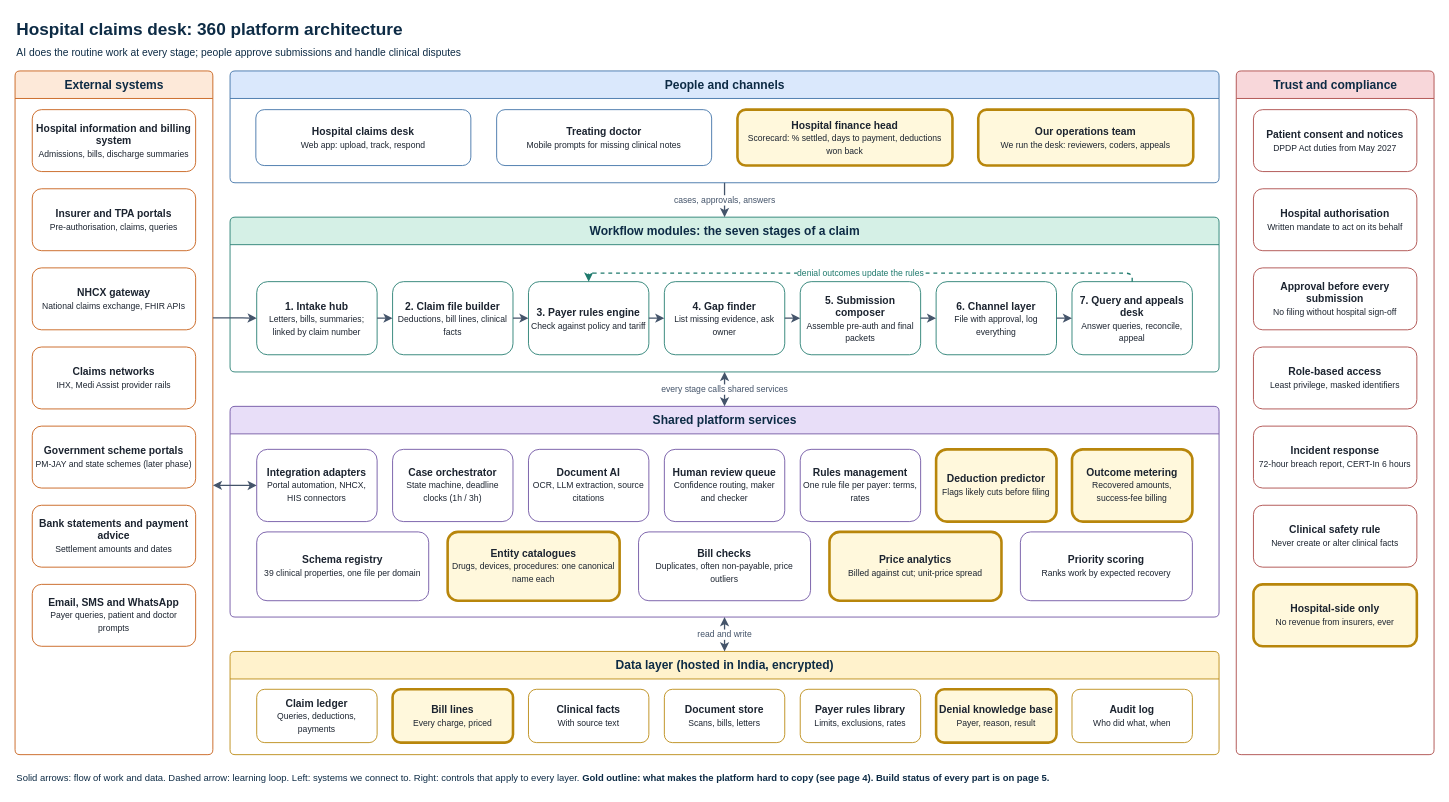
Earlier version of the draw.io diagram page "1 Platform architecture" (1 of 5) of architecture/claims-desk-architecture.drawio (rahul263-stack/ClaimSetu). Source tidied: cells renumbered, new cells numbered last; positions are measured from the earlier drawing's top-left corner, leaving out a move shared by most shapes. Both pictures are drawn from the tidied source at 86%, with x=0, y=0 at pixel (15, 15).
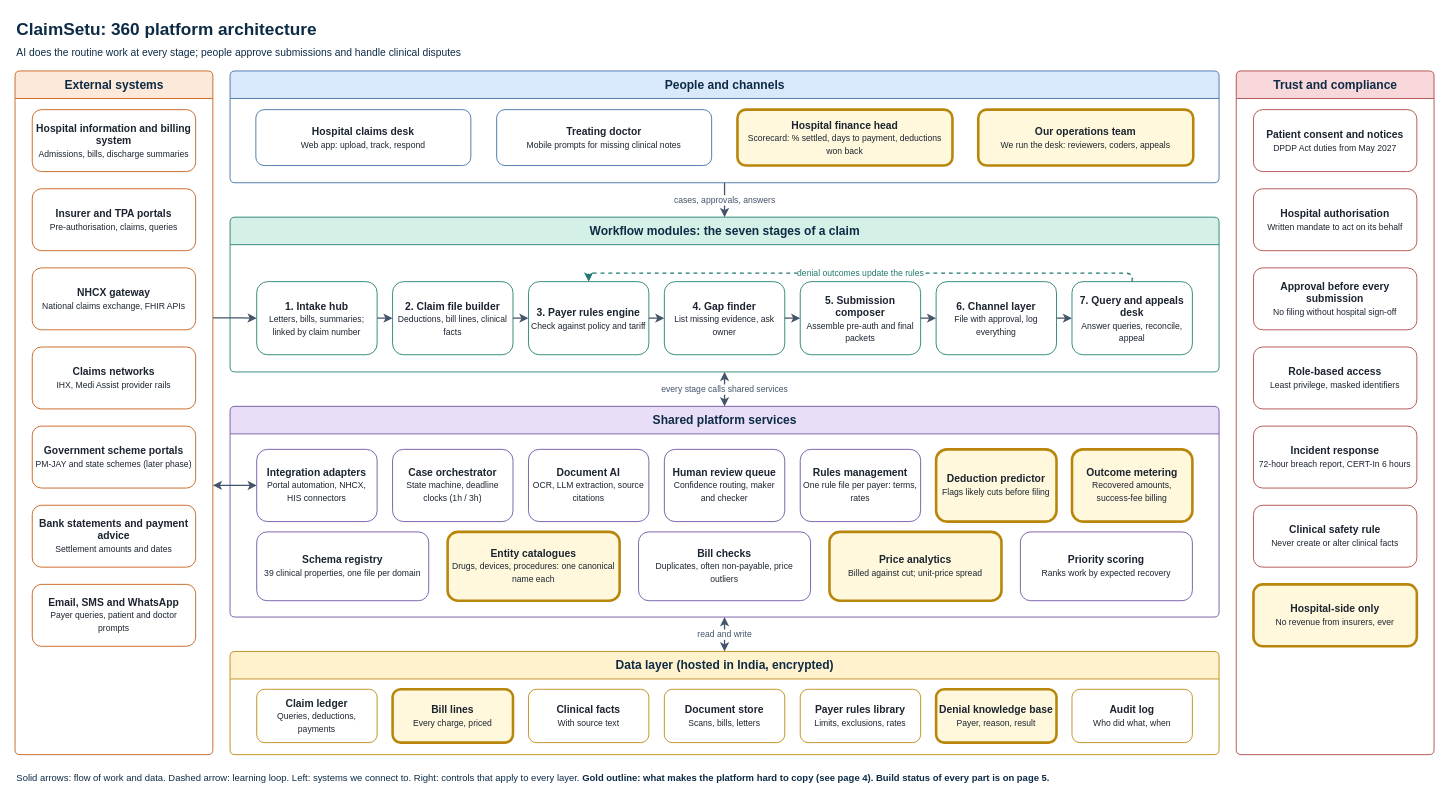
After the change.

Commit message (it also covers changes not shown here):
Add build scripts, finish ClaimSetu rename, fix sample button label

The edit, as a diff of the source:
```diff
@@
-    <mxCell id="2" value="&lt;b&gt;Hospital claims desk: 360 platform architecture&lt;/b&gt;&lt;br&gt;&lt;font style=&quot;font-size:12px&quot;&gt;AI does the routine work at every stage; people approve submissions and handle clinical disputes&lt;/font&gt;" style="text;html=1;align=left;verticalAlign=middle;fontSize=20;fontColor=#0d2b45;" parent="1" vertex="1">
+    <mxCell id="2" value="&lt;b&gt;ClaimSetu: 360 platform architecture&lt;/b&gt;&lt;br&gt;&lt;font style=&quot;font-size:12px&quot;&gt;AI does the routine work at every stage; people approve submissions and handle clinical disputes&lt;/font&gt;" style="text;html=1;align=left;verticalAlign=middle;fontSize=20;fontColor=#0d2b45;" parent="1" vertex="1">
       <mxGeometry width="900" height="55" as="geometry" />
     </mxCell>
```
